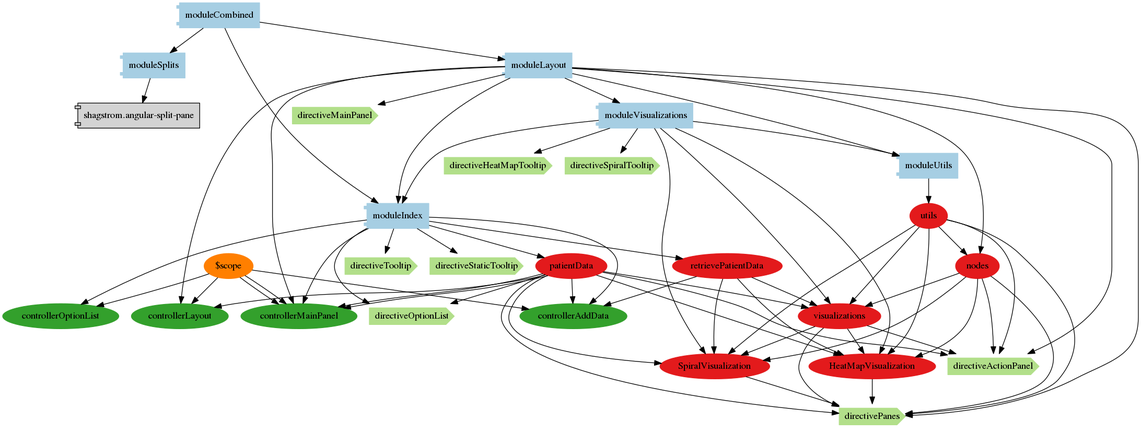
Above: architecture/png/all.png in nevesnunes/MultiViz (Graphviz), before the change. Its source is kept beside it as architecture/dot/all.dot.
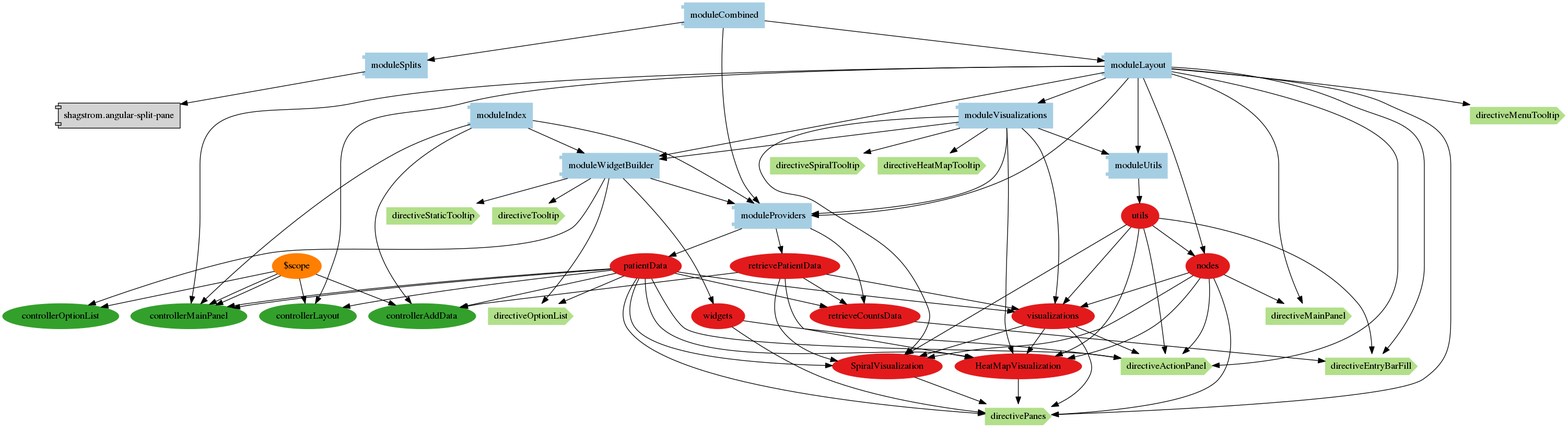
Above is the later version.

Change to the diagram source:
```diff
@@ -4,6 +4,10 @@
     node[shape="component"]
 
       "moduleVisualizations"[label="moduleVisualizations", color=1]
+
+      "moduleProviders"[label="moduleProviders", color=1]
+
+      "moduleWidgetBuilder"[label="moduleWidgetBuilder", color=1]
 
       "moduleIndex"[label="moduleIndex", color=1]
 
@@ -18,11 +22,23 @@
 
 
 
-        "moduleVisualizations" -> "moduleIndex"
+        "moduleVisualizations" -> "moduleProviders"
 
         "moduleVisualizations" -> "moduleUtils"
 
+        "moduleVisualizations" -> "moduleWidgetBuilder"
 
+
+
+
+
+        "moduleWidgetBuilder" -> "moduleProviders"
+
+
+
+        "moduleIndex" -> "moduleProviders"
+
+        "moduleIndex" -> "moduleWidgetBuilder"
 
 
 
@@ -32,15 +48,17 @@
 
 
 
-        "moduleLayout" -> "moduleIndex"
+        "moduleLayout" -> "moduleProviders"
 
         "moduleLayout" -> "moduleUtils"
 
         "moduleLayout" -> "moduleVisualizations"
 
+        "moduleLayout" -> "moduleWidgetBuilder"
 
 
-        "moduleCombined" -> "moduleIndex"
+
+        "moduleCombined" -> "moduleProviders"
 
         "moduleCombined" -> "moduleLayout"
 
@@ -183,9 +201,85 @@
 
 
 
-        "controllerAddData"[label="controllerAddData", color=4]
 
-        "controllerMainPanel"[label="controllerMainPanel", color=4]
+
+
+
+        "patientData"[label="patientData", color=6]
+
+        "retrievePatientData"[label="retrievePatientData", color=6]
+
+        "retrieveCountsData"[label="retrieveCountsData", color=6]
+
+
+
+      node[shape="cds"]
+
+
+
+
+
+
+
+
+
+      node[shape="ellipse"]
+
+
+
+
+
+
+
+
+
+        "moduleProviders" -> "patientData"
+
+        "moduleProviders" -> "retrievePatientData"
+
+        "moduleProviders" -> "retrieveCountsData"
+
+
+
+
+
+
+
+
+
+
+
+
+
+
+      node[shape="ellipse",style="filled", color=8]
+
+
+
+
+
+
+
+
+
+
+
+
+
+
+          "patientData"[label="patientData"]
+          "patientData" -> "retrieveCountsData"
+
+          "retrievePatientData"[label="retrievePatientData"]
+          "retrievePatientData" -> "retrieveCountsData"
+
+
+
+
+
+
+
+
 
         "controllerOptionList"[label="controllerOptionList", color=4]
 
@@ -193,9 +287,7 @@
 
 
 
-        "retrievePatientData"[label="retrievePatientData", color=6]
-
-        "patientData"[label="patientData", color=6]
+        "widgets"[label="widgets", color=6]
 
 
 
@@ -219,27 +311,21 @@
 
 
 
-        "moduleIndex" -> "directiveStaticTooltip"
+        "moduleWidgetBuilder" -> "directiveStaticTooltip"
 
-        "moduleIndex" -> "directiveTooltip"
+        "moduleWidgetBuilder" -> "directiveTooltip"
 
-        "moduleIndex" -> "directiveOptionList"
+        "moduleWidgetBuilder" -> "directiveOptionList"
 
 
 
-        "moduleIndex" -> "controllerAddData"
-
-        "moduleIndex" -> "controllerMainPanel"
-
-        "moduleIndex" -> "controllerOptionList"
+        "moduleWidgetBuilder" -> "controllerOptionList"
 
 
 
 
 
-        "moduleIndex" -> "retrievePatientData"
-
-        "moduleIndex" -> "patientData"
+        "moduleWidgetBuilder" -> "widgets"
 
 
 
@@ -271,6 +357,77 @@
 
 
           "$scope"[label="$scope"]
+          "$scope" -> "controllerOptionList"
+
+
+
+
+
+
+
+
+
+
+
+
+
+
+
+        "controllerAddData"[label="controllerAddData", color=4]
+
+        "controllerMainPanel"[label="controllerMainPanel", color=4]
+
+
+
+
+
+
+
+      node[shape="cds"]
+
+
+
+
+
+
+
+
+
+      node[shape="ellipse"]
+
+
+
+
+
+        "moduleIndex" -> "controllerAddData"
+
+        "moduleIndex" -> "controllerMainPanel"
+
+
+
+
+
+
+
+
+
+
+
+
+
+
+
+
+
+
+      node[shape="ellipse",style="filled", color=8]
+
+
+
+
+
+
+          "$scope"[label="$scope"]
           "$scope" -> "controllerAddData"
 
           "patientData"[label="patientData"]
@@ -286,15 +443,6 @@
 
           "patientData"[label="patientData"]
           "patientData" -> "controllerMainPanel"
-
-
-
-          "$scope"[label="$scope"]
-          "$scope" -> "controllerOptionList"
-
-
-
-
 
 
 
@@ -445,6 +593,10 @@
 
         "directiveMainPanel"[label="directiveMainPanel", color=3]
 
+        "directiveEntryBarFill"[label="directiveEntryBarFill", color=3]
+
+        "directiveMenuTooltip"[label="directiveMenuTooltip", color=3]
+
         "directiveActionPanel"[label="directiveActionPanel", color=3]
 
         "directivePanes"[label="directivePanes", color=3]
@@ -459,6 +611,10 @@
 
 
         "moduleLayout" -> "directiveMainPanel"
+
+        "moduleLayout" -> "directiveEntryBarFill"
+
+        "moduleLayout" -> "directiveMenuTooltip"
 
         "moduleLayout" -> "directiveActionPanel"
 
@@ -494,6 +650,19 @@
 
 
 
+          "nodes"[label="nodes"]
+          "nodes" -> "directiveMainPanel"
+
+
+
+          "utils"[label="utils"]
+          "utils" -> "directiveEntryBarFill"
+
+          "retrieveCountsData"[label="retrieveCountsData"]
+          "retrieveCountsData" -> "directiveEntryBarFill"
+
+
+
 
 
           "visualizations"[label="visualizations"]
@@ -505,13 +674,16 @@
           "utils"[label="utils"]
           "utils" -> "directiveActionPanel"
 
+          "widgets"[label="widgets"]
+          "widgets" -> "directiveActionPanel"
+
           "nodes"[label="nodes"]
           "nodes" -> "directiveActionPanel"
 
 
 
-          "utils"[label="utils"]
-          "utils" -> "directivePanes"
+          "widgets"[label="widgets"]
+          "widgets" -> "directivePanes"
 
           "nodes"[label="nodes"]
           "nodes" -> "directivePanes"
```
